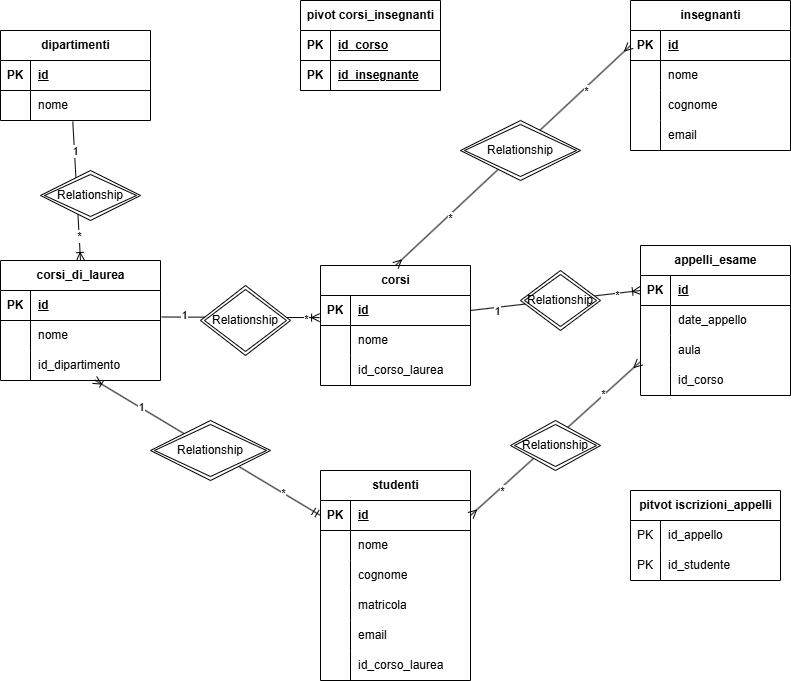
DanielePiccioni/db-university keeps this draw.io diagram as university.png. Above is the earlier version. Source tidied: cells renumbered, new cells last; positions are measured from the earlier drawing's top-left corner, leaving out a move shared by most shapes.
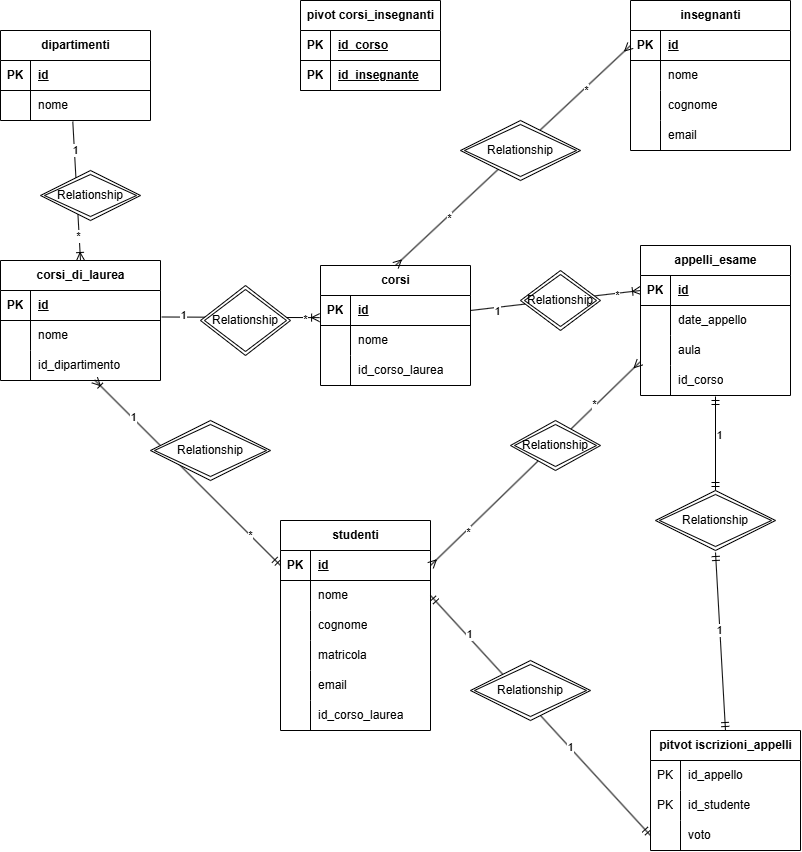
After the change.

Commit message:
fix vote student

Change to the diagram source:
```diff
@@ -183,7 +183,7 @@
       <mxGeometry x="30" width="120" height="30" as="geometry" />
     </mxCell>
     <mxCell id="62" value="studenti" style="shape=table;startSize=30;rowLines=0;fontStyle=1;align=center;html=1;" parent="1" vertex="1">
-      <mxGeometry x="320" y="470" width="150" height="210" as="geometry" />
+      <mxGeometry x="280" y="520" width="150" height="210" as="geometry" />
     </mxCell>
     <mxCell id="63" style="shape=tableRow;horizontal=0;startSize=0;swimlaneHead=0;swimlaneBody=0;fillColor=none;points=[[0,0.5],[1,0.5]];portConstraint=eastwest;top=0;left=0;right=0;bottom=1;" parent="62" vertex="1">
       <mxGeometry y="30" width="150" height="30" as="geometry" />
@@ -240,7 +240,7 @@
       <mxGeometry x="30" width="120" height="30" as="geometry" />
     </mxCell>
     <mxCell id="81" value="pitvot iscrizioni_appelli" style="shape=table;startSize=30;rowLines=0;fontStyle=1;align=center;html=1;" parent="1" vertex="1">
-      <mxGeometry x="630" y="490" width="150" height="90" as="geometry" />
+      <mxGeometry x="650" y="730" width="150" height="120" as="geometry" />
     </mxCell>
     <mxCell id="82" style="shape=tableRow;horizontal=0;startSize=0;swimlaneHead=0;swimlaneBody=0;fillColor=none;top=0;left=0;right=0;bottom=0;" parent="81" vertex="1">
       <mxGeometry y="30" width="150" height="30" as="geometry" />
@@ -260,6 +260,15 @@
     <mxCell id="87" value="id_studente" style="shape=partialRectangle;fillColor=none;top=0;left=0;bottom=0;right=0;align=left;spacingLeft=6;overflow=hidden;whiteSpace=wrap;html=1;" parent="85" vertex="1">
       <mxGeometry x="30" width="120" height="30" as="geometry" />
     </mxCell>
+    <mxCell id="112" style="shape=tableRow;horizontal=0;startSize=0;swimlaneHead=0;swimlaneBody=0;fillColor=none;points=[[0,0.5],[1,0.5]];portConstraint=eastwest;top=0;left=0;right=0;bottom=0;" parent="81" vertex="1">
+      <mxGeometry y="90" width="150" height="30" as="geometry" />
+    </mxCell>
+    <mxCell id="113" style="shape=partialRectangle;fillColor=none;top=0;left=0;bottom=0;right=0;overflow=hidden;whiteSpace=wrap;html=1;" parent="112" vertex="1">
+      <mxGeometry width="30" height="30" as="geometry" />
+    </mxCell>
+    <mxCell id="114" value="voto" style="shape=partialRectangle;fillColor=none;top=0;left=0;bottom=0;right=0;align=left;spacingLeft=6;overflow=hidden;whiteSpace=wrap;html=1;" parent="112" vertex="1">
+      <mxGeometry x="30" width="120" height="30" as="geometry" />
+    </mxCell>
     <mxCell id="88" style="fontSize=12;html=1;endArrow=ERoneToMany;exitX=0.482;exitY=1.038;exitDx=0;exitDy=0;exitPerimeter=0;entryX=0.5;entryY=0;entryDx=0;entryDy=0;" parent="1" edge="1" source="6" target="9">
       <mxGeometry relative="1" as="geometry" />
     </mxCell>
@@ -334,5 +343,32 @@
     <mxCell id="111" value="Relationship" style="shape=rhombus;double=1;perimeter=rhombusPerimeter;whiteSpace=wrap;html=1;align=center;" parent="1" vertex="1">
       <mxGeometry x="510" y="420" width="90" height="50" as="geometry" />
     </mxCell>
+    <mxCell id="115" style="fontSize=12;html=1;endArrow=ERmandOne;startArrow=ERmandOne;entryX=0.5;entryY=1.033;entryDx=0;entryDy=0;entryPerimeter=0;exitX=0.5;exitY=0;exitDx=0;exitDy=0;" parent="1" edge="1" source="119" target="59">
+      <mxGeometry relative="1" as="geometry" />
+    </mxCell>
+    <mxCell id="116" value="1" style="edgeLabel;html=1;align=center;verticalAlign=middle;" parent="115" vertex="1">
+      <mxGeometry x="0.19" y="-3" relative="1" as="geometry" />
+    </mxCell>
+    <mxCell id="117" style="fontSize=12;html=1;endArrow=ERmandOne;startArrow=ERmandOne;entryX=0.5;entryY=1.033;entryDx=0;entryDy=0;entryPerimeter=0;exitX=0.5;exitY=0;exitDx=0;exitDy=0;" parent="1" edge="1" source="81" target="119">
+      <mxGeometry relative="1" as="geometry" />
+    </mxCell>
+    <mxCell id="118" value="1" style="edgeLabel;html=1;align=center;verticalAlign=middle;" parent="117" vertex="1">
+      <mxGeometry x="0.14" y="1" relative="1" as="geometry" />
+    </mxCell>
+    <mxCell id="119" value="Relationship" style="shape=rhombus;double=1;perimeter=rhombusPerimeter;whiteSpace=wrap;html=1;align=center;" parent="1" vertex="1">
+      <mxGeometry x="655" y="490" width="120" height="60" as="geometry" />
+    </mxCell>
+    <mxCell id="120" style="fontSize=12;html=1;endArrow=ERmandOne;startArrow=ERmandOne;entryX=0;entryY=0.5;entryDx=0;entryDy=0;exitX=1;exitY=0.5;exitDx=0;exitDy=0;" parent="1" edge="1" source="66" target="112">
+      <mxGeometry relative="1" as="geometry" />
+    </mxCell>
+    <mxCell id="121" value="1" style="edgeLabel;html=1;align=center;verticalAlign=middle;" parent="120" vertex="1">
+      <mxGeometry x="0.26" relative="1" as="geometry" />
+    </mxCell>
+    <mxCell id="122" value="1" style="edgeLabel;html=1;align=center;verticalAlign=middle;" parent="120" vertex="1">
+      <mxGeometry x="-0.67" y="2" relative="1" as="geometry" />
+    </mxCell>
+    <mxCell id="123" value="Relationship" style="shape=rhombus;double=1;perimeter=rhombusPerimeter;whiteSpace=wrap;html=1;align=center;" parent="1" vertex="1">
+      <mxGeometry x="470" y="660" width="120" height="60" as="geometry" />
+    </mxCell>
   </root>
 </mxGraphModel>
```
